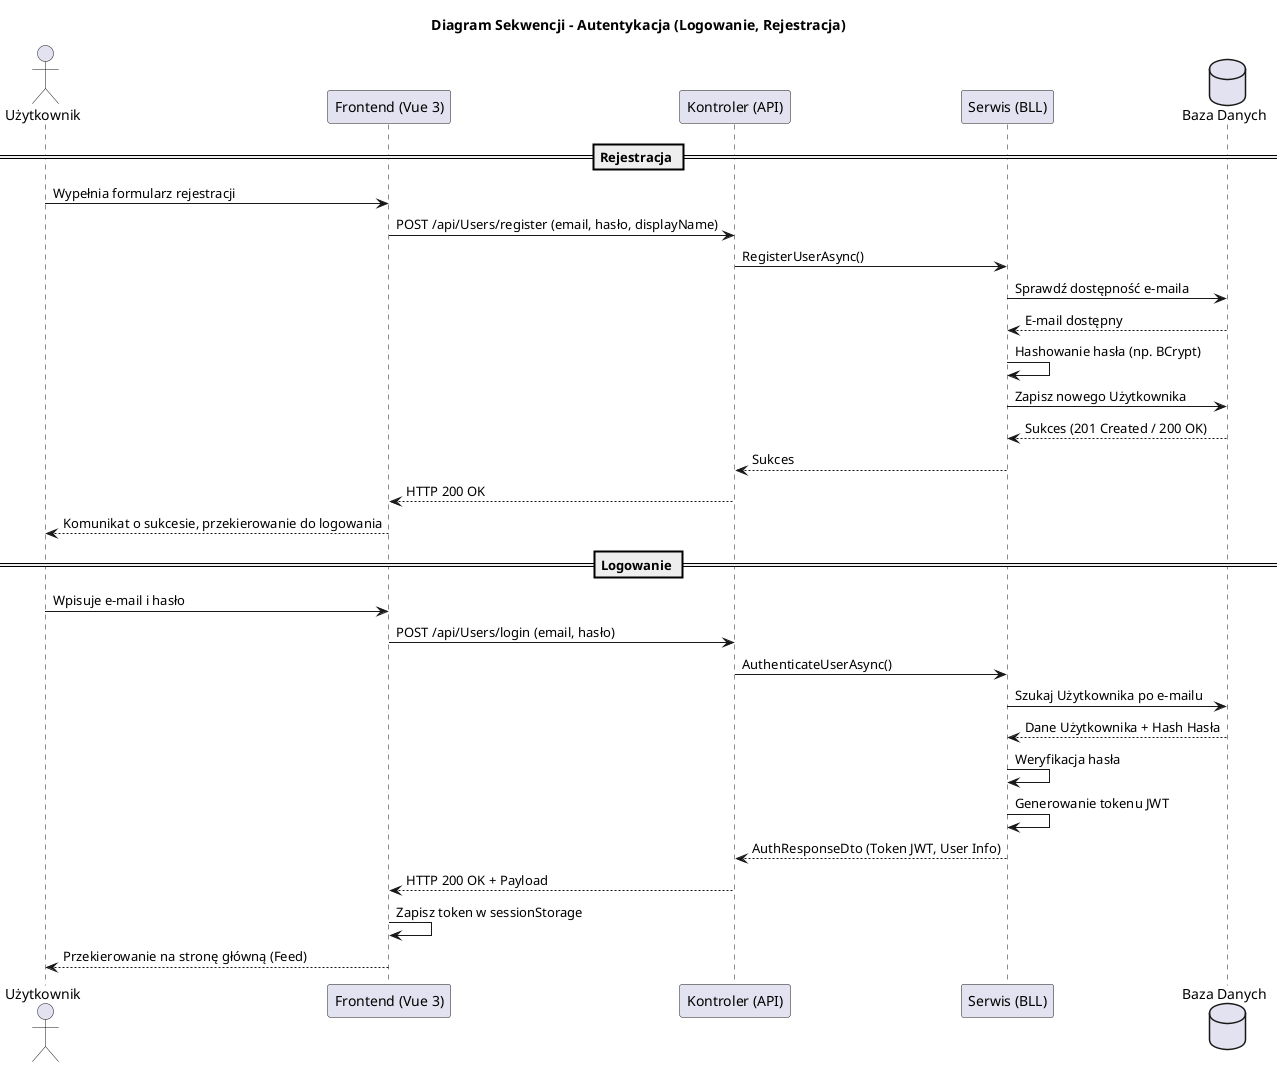
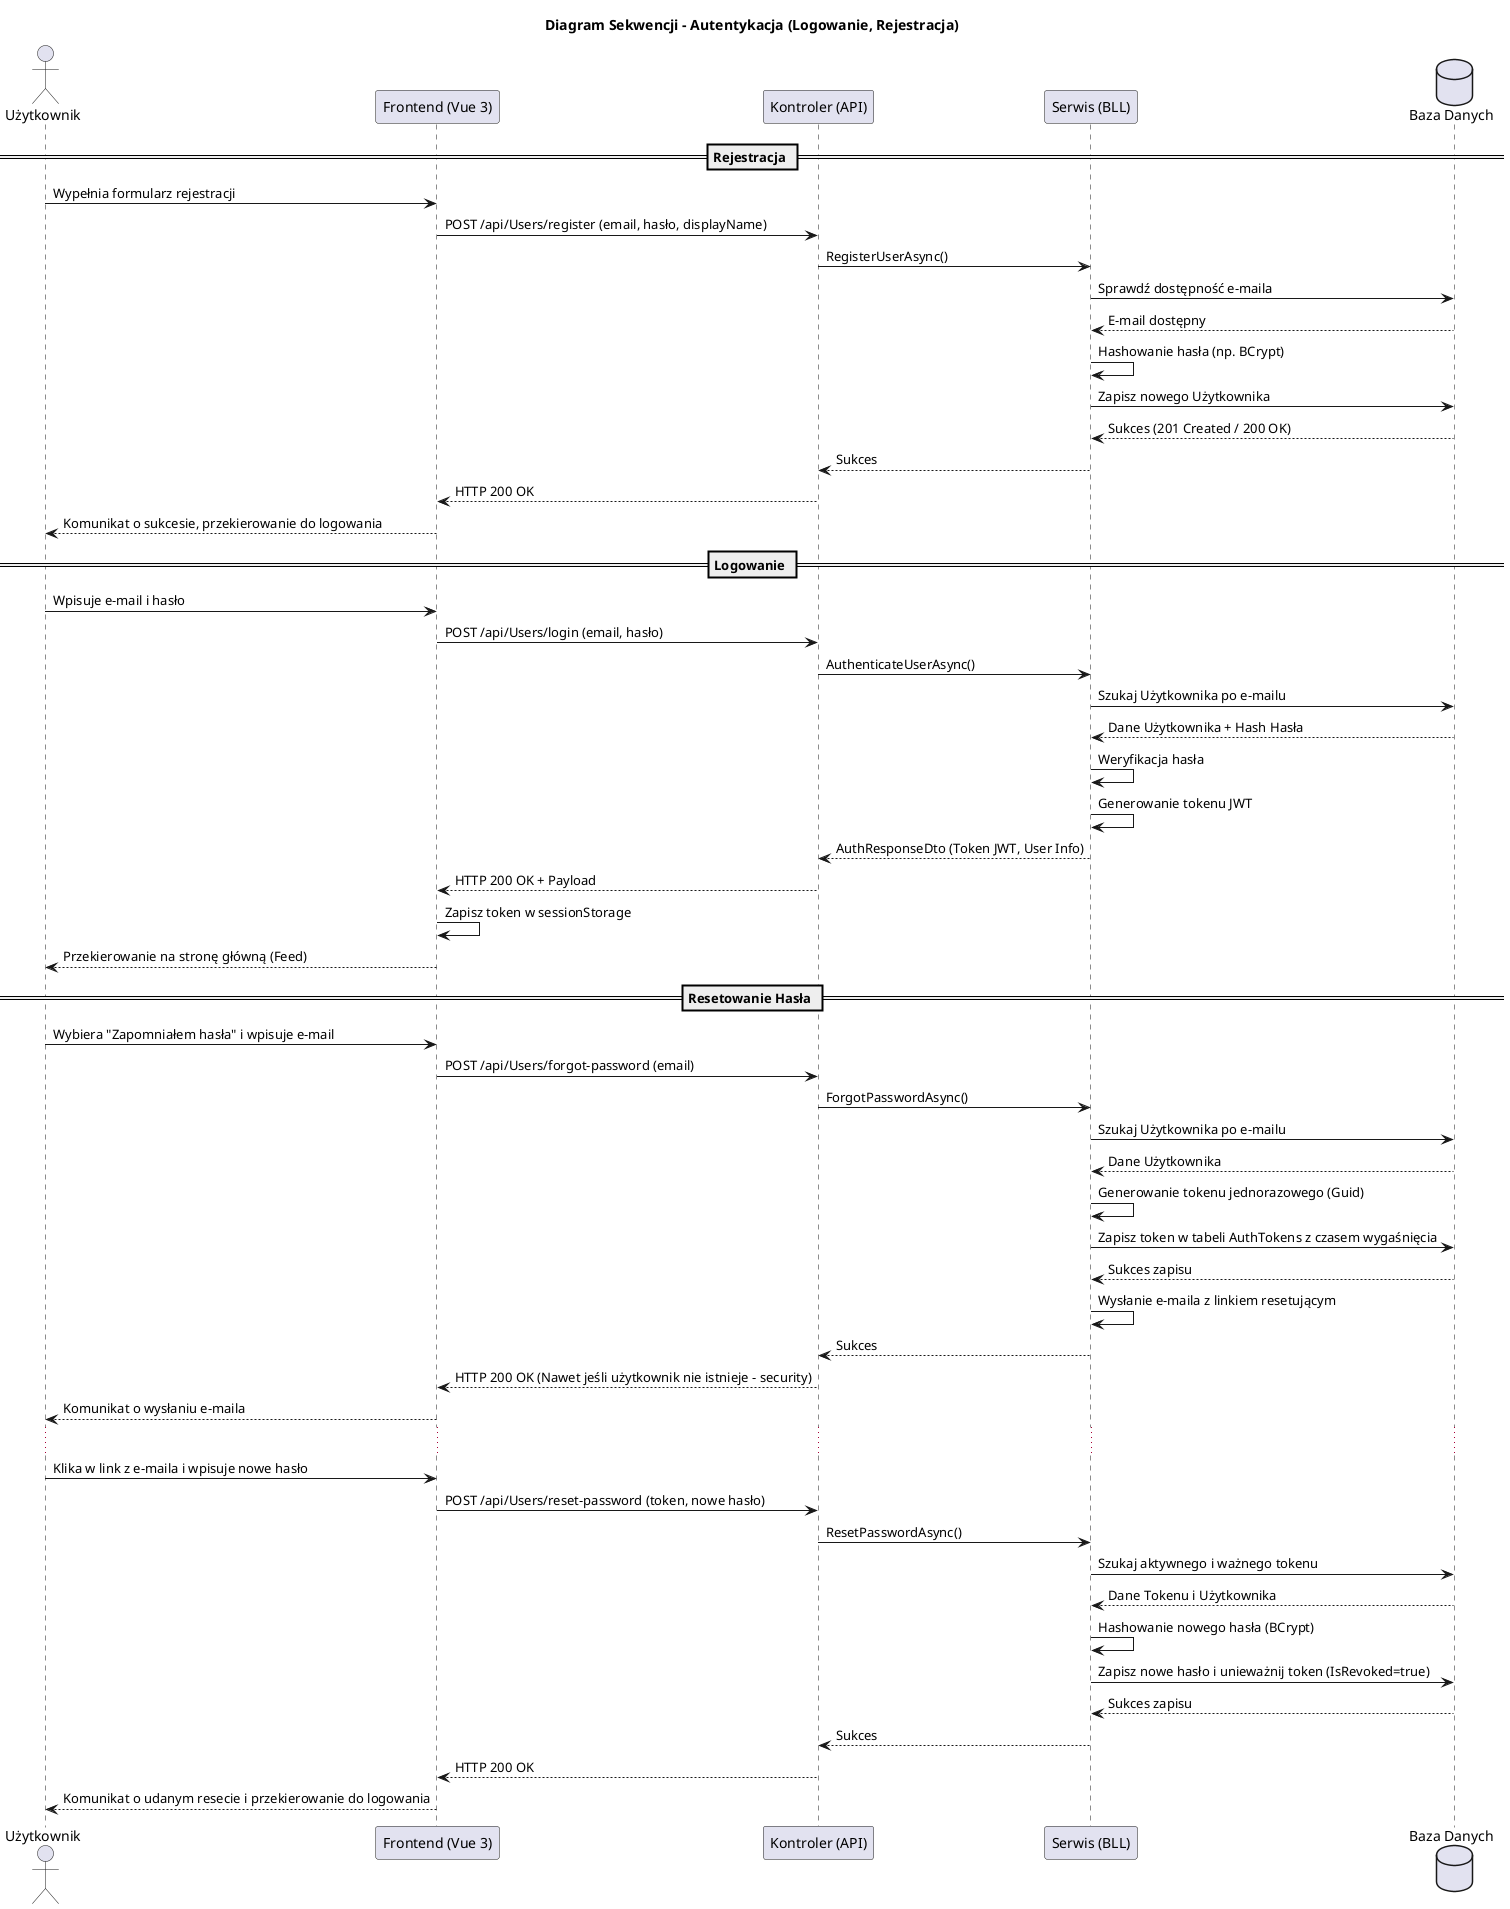
@startuml
title Diagram Sekwencji - Autentykacja (Logowanie, Rejestracja)
actor Użytkownik as User
participant "Frontend (Vue 3)" as UI
participant "Kontroler (API)" as API
participant "Serwis (BLL)" as Service
database "Baza Danych" as DB

== Rejestracja ==
User -> UI: Wypełnia formularz rejestracji
UI -> API: POST /api/Users/register (email, hasło, displayName)
API -> Service: RegisterUserAsync()
Service -> DB: Sprawdź dostępność e-maila
DB --> Service: E-mail dostępny
Service -> Service: Hashowanie hasła (np. BCrypt)
Service -> DB: Zapisz nowego Użytkownika
DB --> Service: Sukces (201 Created / 200 OK)
Service --> API: Sukces
API --> UI: HTTP 200 OK
UI --> User: Komunikat o sukcesie, przekierowanie do logowania

== Logowanie ==
User -> UI: Wpisuje e-mail i hasło
UI -> API: POST /api/Users/login (email, hasło)
API -> Service: AuthenticateUserAsync()
Service -> DB: Szukaj Użytkownika po e-mailu
DB --> Service: Dane Użytkownika + Hash Hasła
Service -> Service: Weryfikacja hasła
Service -> Service: Generowanie tokenu JWT
Service --> API: AuthResponseDto (Token JWT, User Info)
API --> UI: HTTP 200 OK + Payload
UI -> UI: Zapisz token w sessionStorage
UI --> User: Przekierowanie na stronę główną (Feed)
+ 
+ == Resetowanie Hasła ==
+ User -> UI: Wybiera "Zapomniałem hasła" i wpisuje e-mail
+ UI -> API: POST /api/Users/forgot-password (email)
+ API -> Service: ForgotPasswordAsync()
+ Service -> DB: Szukaj Użytkownika po e-mailu
+ DB --> Service: Dane Użytkownika
+ Service -> Service: Generowanie tokenu jednorazowego (Guid)
+ Service -> DB: Zapisz token w tabeli AuthTokens z czasem wygaśnięcia
+ DB --> Service: Sukces zapisu
+ Service -> Service: Wysłanie e-maila z linkiem resetującym
+ Service --> API: Sukces
+ API --> UI: HTTP 200 OK (Nawet jeśli użytkownik nie istnieje - security)
+ UI --> User: Komunikat o wysłaniu e-maila
+ ...
+ User -> UI: Klika w link z e-maila i wpisuje nowe hasło
+ UI -> API: POST /api/Users/reset-password (token, nowe hasło)
+ API -> Service: ResetPasswordAsync()
+ Service -> DB: Szukaj aktywnego i ważnego tokenu
+ DB --> Service: Dane Tokenu i Użytkownika
+ Service -> Service: Hashowanie nowego hasła (BCrypt)
+ Service -> DB: Zapisz nowe hasło i unieważnij token (IsRevoked=true)
+ DB --> Service: Sukces zapisu
+ Service --> API: Sukces
+ API --> UI: HTTP 200 OK
+ UI --> User: Komunikat o udanym resecie i przekierowanie do logowania
@enduml